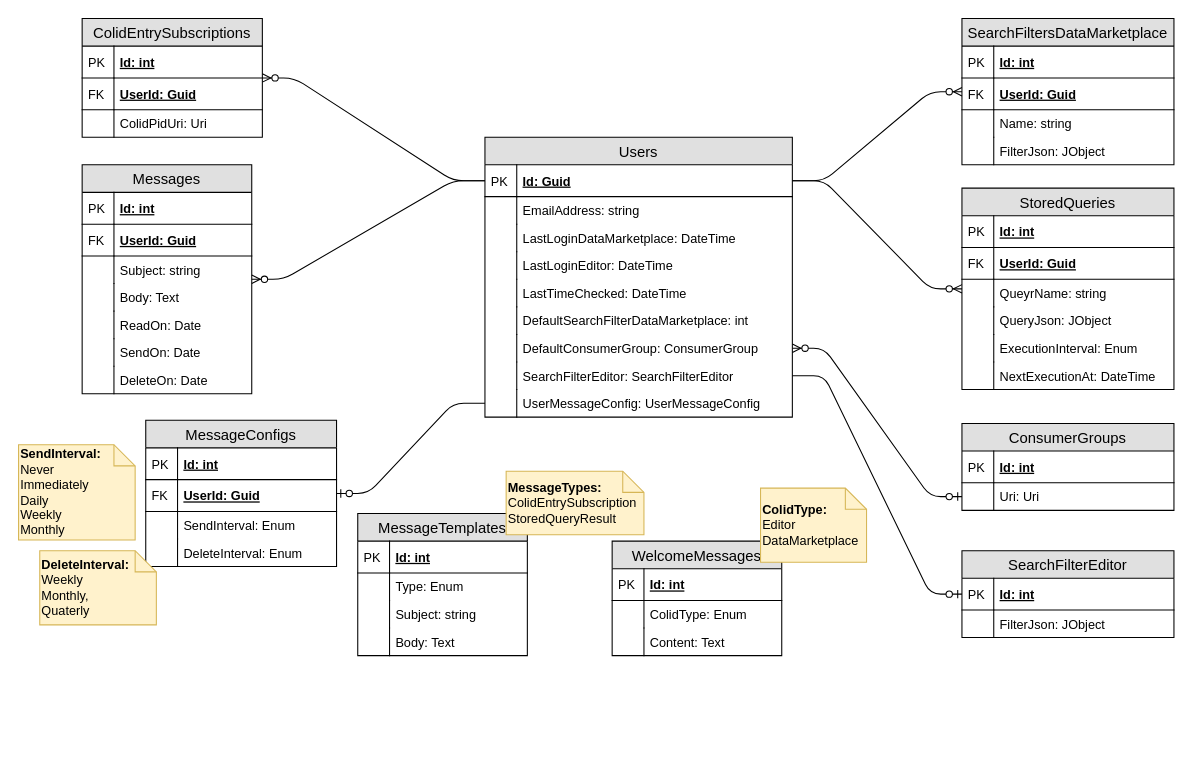
Bayer-Group/COLID-Documentation keeps this draw.io diagram as application-parts/appdata-service/assets/appdata_entity-relation-diagram.drawio. Above is the earlier version. Source tidied: cells renumbered, new cells numbered last; positions are measured from the earlier drawing's top-left corner, leaving out a move shared by most shapes. Both pictures are drawn from the tidied source at 106%, with x=0, y=0 at pixel (18, 18).
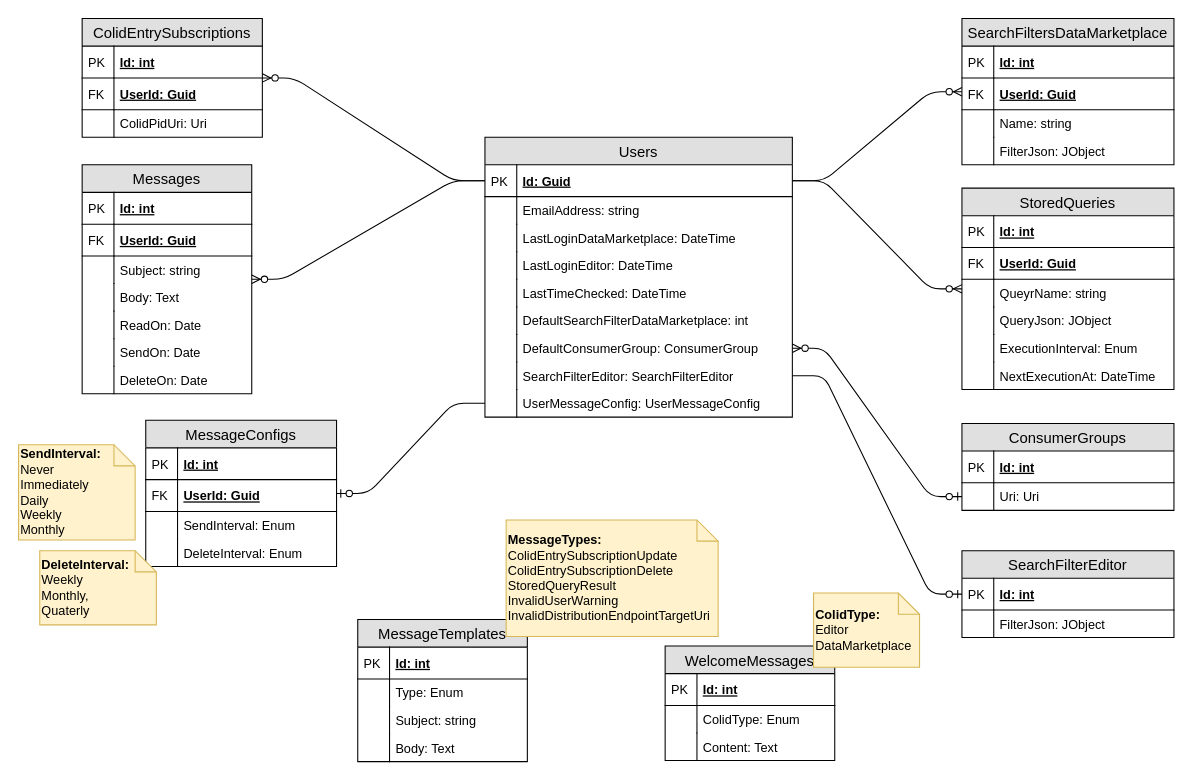
The same page after the edit.

Commit message (it also covers changes not shown here):
updated appdata diagrams

Change to the diagram source:
```diff
@@
     <mxCell id="82" style="group;" parent="1" vertex="1">
-      <mxGeometry x="320" y="427" width="270" height="174" as="geometry" />
+      <mxGeometry x="320" y="527" width="340" height="174" as="geometry" />
     </mxCell>
@@
-    <mxCell id="92" value="&lt;div&gt;&lt;b&gt;MessageTypes:&lt;/b&gt;&lt;br&gt;ColidEntrySubscription&lt;/div&gt;&lt;div&gt;StoredQueryResult&lt;/div&gt;" style="shape=note;size=20;whiteSpace=wrap;html=1;align=left;fillColor=#fff2cc;strokeColor=#d6b656;" parent="82" vertex="1">
-      <mxGeometry x="140" width="130" height="60" as="geometry" />
+    <mxCell id="92" value="&lt;b&gt;MessageTypes:&lt;/b&gt;&lt;br&gt;&lt;div&gt;ColidEntrySubscriptionUpdate&lt;/div&gt;&lt;div&gt;&lt;span&gt;ColidEntrySubscriptionDelete&lt;/span&gt;&lt;/div&gt;&lt;div&gt;&lt;span&gt;StoredQueryResult&lt;/span&gt;&lt;/div&gt;&lt;div&gt;&lt;span&gt;InvalidUserWarning&lt;/span&gt;&lt;/div&gt;&lt;div&gt;&lt;span&gt;InvalidDistributionEndpointTargetUri&lt;/span&gt;&lt;/div&gt;" style="shape=note;size=20;whiteSpace=wrap;html=1;align=left;fillColor=#fff2cc;strokeColor=#d6b656;" parent="82" vertex="1">
+      <mxGeometry x="140" y="-54" width="200" height="110" as="geometry" />
     </mxCell>
     <mxCell id="93" style="group;" parent="1" vertex="1">
-      <mxGeometry x="560" y="443" width="240" height="158" as="geometry" />
+      <mxGeometry x="610" y="542" width="240" height="158" as="geometry" />
     </mxCell>
```
